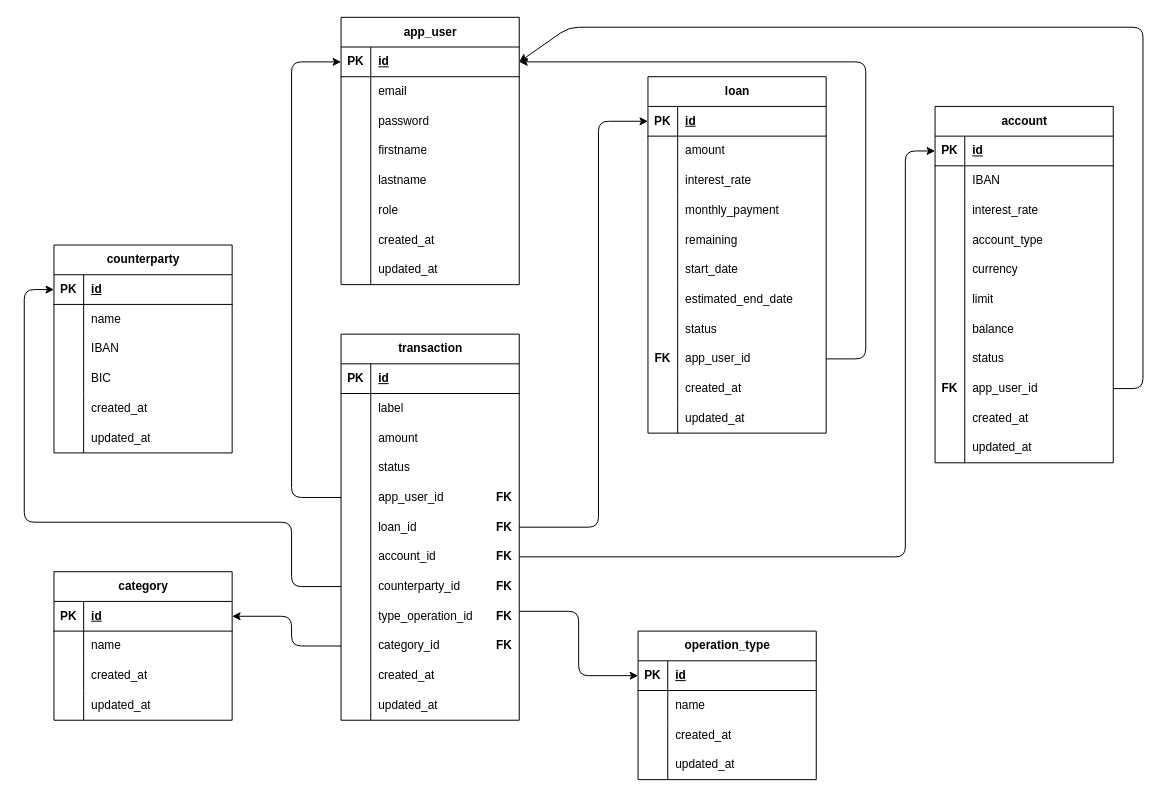
The draw.io diagram docs/MLD.drawio in Damien-Ancelin/myBank, before the edit. Source tidied: cells renumbered, new cells numbered last; positions are measured from the earlier drawing's top-left corner, leaving out a move shared by most shapes. Both pictures are drawn from the tidied source at 99%, with x=0, y=0 at pixel (24, 17).
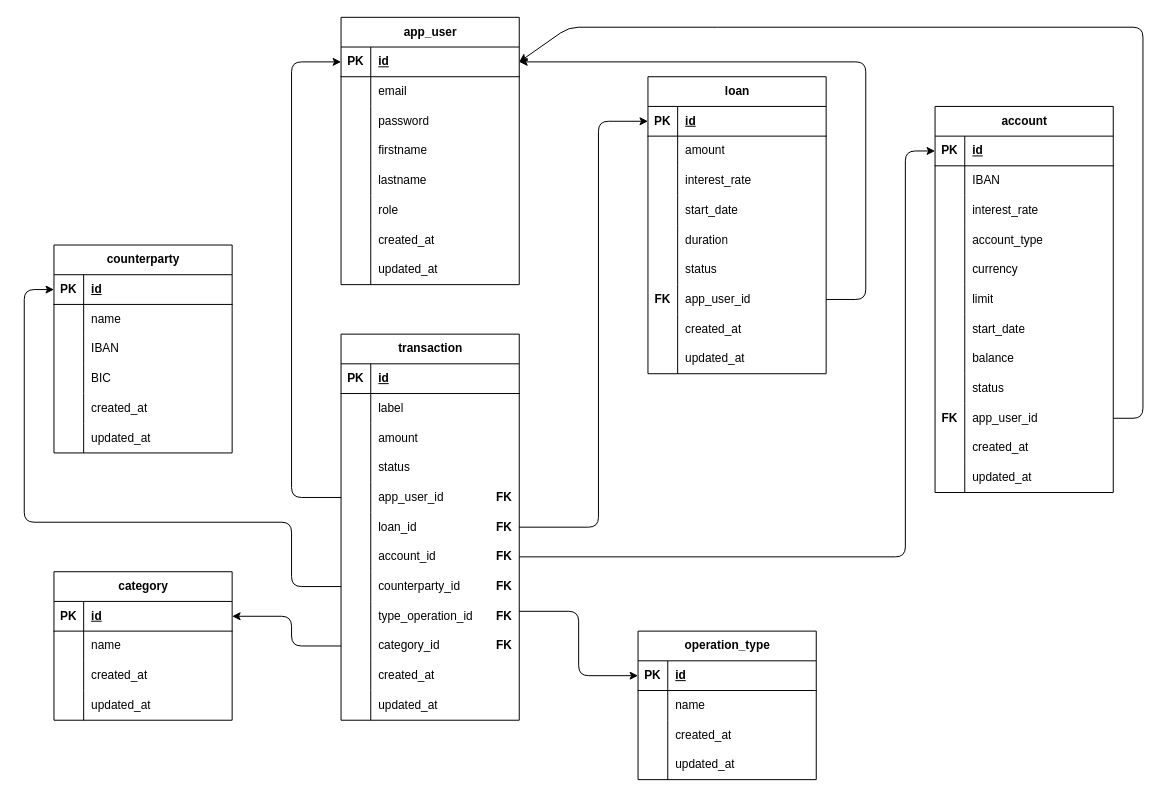
The same page after the edit.

Commit message (it also covers changes not shown here):
Conception : update MCD, MLD, ERD to respect 3nf

The change refers to these unchanged cells:
```xml
<mxCell id="3" style="shape=tableRow;horizontal=0;startSize=0;swimlaneHead=0;swimlaneBody=0;fillColor=none;points=[[0,0.5],[1,0.5]];portConstraint=eastwest;top=0;left=0;right=0;bottom=1;" parent="2" vertex="1">
  <mxGeometry y="30" width="180" height="30" as="geometry" />
</mxCell>
```

Diff of the diagram source:
```diff
@@
     <mxCell id="115" value="loan" style="shape=table;startSize=30;childLayout=tableLayout;rowLines=0;fontStyle=1;align=center;html=1;" parent="1" vertex="1">
-      <mxGeometry x="630" y="60" width="180" height="360" as="geometry" />
+      <mxGeometry x="630" y="60" width="180" height="300" as="geometry" />
     </mxCell>
@@
-    <mxCell id="125" style="shape=tableRow;horizontal=0;startSize=0;swimlaneHead=0;swimlaneBody=0;fillColor=none;top=0;left=0;right=0;bottom=0;" parent="115" vertex="1">
-      <mxGeometry y="120" width="180" height="30" as="geometry" />
-    </mxCell>
-    <mxCell id="126" style="shape=partialRectangle;fillColor=none;top=0;left=0;bottom=0;right=0;overflow=hidden;whiteSpace=wrap;html=1;" parent="125" vertex="1">
-      <mxGeometry width="30" height="30" as="geometry" />
-    </mxCell>
-    <mxCell id="127" value="monthly_payment" style="shape=partialRectangle;fillColor=none;top=0;left=0;bottom=0;right=0;align=left;spacingLeft=6;overflow=hidden;whiteSpace=wrap;html=1;" parent="125" vertex="1">
-      <mxGeometry x="30" width="150" height="30" as="geometry" />
-    </mxCell>
-    <mxCell id="128" style="shape=tableRow;horizontal=0;startSize=0;swimlaneHead=0;swimlaneBody=0;fillColor=none;top=0;left=0;right=0;bottom=0;" parent="115" vertex="1">
-      <mxGeometry y="150" width="180" height="30" as="geometry" />
-    </mxCell>
-    <mxCell id="129" style="shape=partialRectangle;fillColor=none;top=0;left=0;bottom=0;right=0;overflow=hidden;whiteSpace=wrap;html=1;" parent="128" vertex="1">
-      <mxGeometry width="30" height="30" as="geometry" />
-    </mxCell>
-    <mxCell id="130" value="remaining" style="shape=partialRectangle;fillColor=none;top=0;left=0;bottom=0;right=0;align=left;spacingLeft=6;overflow=hidden;whiteSpace=wrap;html=1;" parent="128" vertex="1">
-      <mxGeometry x="30" width="150" height="30" as="geometry" />
-    </mxCell>
     <mxCell id="131" style="shape=tableRow;horizontal=0;startSize=0;swimlaneHead=0;swimlaneBody=0;fillColor=none;top=0;left=0;right=0;bottom=0;" parent="115" vertex="1">
-      <mxGeometry y="180" width="180" height="30" as="geometry" />
+      <mxGeometry y="120" width="180" height="30" as="geometry" />
     </mxCell>
@@
-    <mxCell id="134" style="shape=tableRow;horizontal=0;startSize=0;swimlaneHead=0;swimlaneBody=0;fillColor=none;top=0;left=0;right=0;bottom=0;" parent="115" vertex="1">
-      <mxGeometry y="210" width="180" height="30" as="geometry" />
-    </mxCell>
-    <mxCell id="135" style="shape=partialRectangle;fillColor=none;top=0;left=0;bottom=0;right=0;overflow=hidden;whiteSpace=wrap;html=1;" parent="134" vertex="1">
-      <mxGeometry width="30" height="30" as="geometry" />
-    </mxCell>
-    <mxCell id="136" value="estimated_end_date" style="shape=partialRectangle;fillColor=none;top=0;left=0;bottom=0;right=0;align=left;spacingLeft=6;overflow=hidden;whiteSpace=wrap;html=1;" parent="134" vertex="1">
-      <mxGeometry x="30" width="150" height="30" as="geometry" />
-    </mxCell>
+    <mxCell id="128" style="shape=tableRow;horizontal=0;startSize=0;swimlaneHead=0;swimlaneBody=0;fillColor=none;top=0;left=0;right=0;bottom=0;" parent="115" vertex="1">
+      <mxGeometry y="150" width="180" height="30" as="geometry" />
+    </mxCell>
+    <mxCell id="193" style="shape=partialRectangle;fillColor=none;top=0;left=0;bottom=0;right=0;overflow=hidden;whiteSpace=wrap;html=1;" parent="128" vertex="1">
+      <mxGeometry width="30" height="30" as="geometry" />
+    </mxCell>
+    <mxCell id="194" value="duration" style="shape=partialRectangle;fillColor=none;top=0;left=0;bottom=0;right=0;align=left;spacingLeft=6;overflow=hidden;whiteSpace=wrap;html=1;" parent="128" vertex="1">
+      <mxGeometry x="30" width="150" height="30" as="geometry" />
+    </mxCell>
     <mxCell id="137" style="shape=tableRow;horizontal=0;startSize=0;swimlaneHead=0;swimlaneBody=0;fillColor=none;top=0;left=0;right=0;bottom=0;" parent="115" vertex="1">
-      <mxGeometry y="240" width="180" height="30" as="geometry" />
+      <mxGeometry y="180" width="180" height="30" as="geometry" />
     </mxCell>
@@
     <mxCell id="140" style="shape=tableRow;horizontal=0;startSize=0;swimlaneHead=0;swimlaneBody=0;fillColor=none;points=[[0,0.5],[1,0.5]];portConstraint=eastwest;top=0;left=0;right=0;bottom=0;" parent="115" vertex="1">
-      <mxGeometry y="270" width="180" height="30" as="geometry" />
+      <mxGeometry y="210" width="180" height="30" as="geometry" />
     </mxCell>
@@
     <mxCell id="143" style="shape=tableRow;horizontal=0;startSize=0;swimlaneHead=0;swimlaneBody=0;fillColor=none;top=0;left=0;right=0;bottom=0;" parent="115" vertex="1">
-      <mxGeometry y="300" width="180" height="30" as="geometry" />
+      <mxGeometry y="240" width="180" height="30" as="geometry" />
     </mxCell>
@@
     <mxCell id="146" style="shape=tableRow;horizontal=0;startSize=0;swimlaneHead=0;swimlaneBody=0;fillColor=none;top=0;left=0;right=0;bottom=0;" parent="115" vertex="1">
-      <mxGeometry y="330" width="180" height="30" as="geometry" />
+      <mxGeometry y="270" width="180" height="30" as="geometry" />
     </mxCell>
@@
-    <mxCell id="149" value="FK" style="shape=partialRectangle;fillColor=none;top=0;left=0;bottom=0;right=0;fontStyle=1;overflow=hidden;whiteSpace=wrap;html=1;" parent="1" vertex="1">
-      <mxGeometry x="920" y="360" width="30" height="30" as="geometry" />
-    </mxCell>
     <mxCell id="150" value="account" style="shape=table;startSize=30;childLayout=tableLayout;rowLines=0;fontStyle=1;align=center;html=1;" parent="1" vertex="1">
-      <mxGeometry x="920" y="90" width="180" height="360" as="geometry" />
+      <mxGeometry x="920" y="90" width="180" height="390" as="geometry" />
     </mxCell>
@@
+    <mxCell id="134" style="shape=tableRow;horizontal=0;startSize=0;swimlaneHead=0;swimlaneBody=0;fillColor=none;top=0;left=0;right=0;bottom=0;" parent="150" vertex="1">
+      <mxGeometry y="210" width="180" height="30" as="geometry" />
+    </mxCell>
+    <mxCell id="195" style="shape=partialRectangle;fillColor=none;top=0;left=0;bottom=0;right=0;overflow=hidden;whiteSpace=wrap;html=1;" parent="134" vertex="1">
+      <mxGeometry width="30" height="30" as="geometry" />
+    </mxCell>
+    <mxCell id="196" value="&lt;span style=&quot;color: rgb(0, 0, 0);&quot;&gt;start_date&lt;/span&gt;" style="shape=partialRectangle;fillColor=none;top=0;left=0;bottom=0;right=0;align=left;spacingLeft=6;overflow=hidden;whiteSpace=wrap;html=1;" parent="134" vertex="1">
+      <mxGeometry x="30" width="150" height="30" as="geometry" />
+    </mxCell>
     <mxCell id="169" style="shape=tableRow;horizontal=0;startSize=0;swimlaneHead=0;swimlaneBody=0;fillColor=none;top=0;left=0;right=0;bottom=0;" parent="150" vertex="1">
-      <mxGeometry y="210" width="180" height="30" as="geometry" />
+      <mxGeometry y="240" width="180" height="30" as="geometry" />
     </mxCell>
@@
     <mxCell id="172" style="shape=tableRow;horizontal=0;startSize=0;swimlaneHead=0;swimlaneBody=0;fillColor=none;top=0;left=0;right=0;bottom=0;" parent="150" vertex="1">
-      <mxGeometry y="240" width="180" height="30" as="geometry" />
+      <mxGeometry y="270" width="180" height="30" as="geometry" />
     </mxCell>
@@
     <mxCell id="175" style="shape=tableRow;horizontal=0;startSize=0;swimlaneHead=0;swimlaneBody=0;fillColor=none;points=[[0,0.5],[1,0.5]];portConstraint=eastwest;top=0;left=0;right=0;bottom=0;" parent="150" vertex="1">
-      <mxGeometry y="270" width="180" height="30" as="geometry" />
+      <mxGeometry y="300" width="180" height="30" as="geometry" />
     </mxCell>
@@
     <mxCell id="178" style="shape=tableRow;horizontal=0;startSize=0;swimlaneHead=0;swimlaneBody=0;fillColor=none;top=0;left=0;right=0;bottom=0;" parent="150" vertex="1">
-      <mxGeometry y="300" width="180" height="30" as="geometry" />
+      <mxGeometry y="330" width="180" height="30" as="geometry" />
     </mxCell>
@@
     <mxCell id="181" style="shape=tableRow;horizontal=0;startSize=0;swimlaneHead=0;swimlaneBody=0;fillColor=none;top=0;left=0;right=0;bottom=0;" parent="150" vertex="1">
-      <mxGeometry y="330" width="180" height="30" as="geometry" />
+      <mxGeometry y="360" width="180" height="30" as="geometry" />
     </mxCell>
@@
     <mxCell id="184" value="FK" style="shape=partialRectangle;fillColor=none;top=0;left=0;bottom=0;right=0;fontStyle=1;overflow=hidden;whiteSpace=wrap;html=1;" parent="1" vertex="1">
-      <mxGeometry x="630" y="330" width="30" height="30" as="geometry" />
+      <mxGeometry x="630" y="270" width="30" height="30" as="geometry" />
     </mxCell>
@@
     <mxCell id="190" style="edgeStyle=none;html=1;exitX=1;exitY=0.5;exitDx=0;exitDy=0;entryX=1;entryY=0.5;entryDx=0;entryDy=0;" parent="1" edge="1" source="175" target="3">
       <mxGeometry relative="1" as="geometry">
         <Array as="points">
-          <mxPoint x="1130" y="375" />
+          <mxPoint x="1130" y="405" />
           <mxPoint x="1130" y="10" />
           <mxPoint x="710" y="10" />
           <mxPoint x="550" y="10" />
         </Array>
       </mxGeometry>
     </mxCell>
@@
     <mxCell id="192" style="edgeStyle=none;html=1;entryX=1;entryY=0.5;entryDx=0;entryDy=0;" parent="1" edge="1" source="140" target="3">
       <mxGeometry relative="1" as="geometry">
         <Array as="points">
-          <mxPoint x="850" y="345" />
+          <mxPoint x="850" y="285" />
           <mxPoint x="850" y="45" />
         </Array>
       </mxGeometry>
     </mxCell>
+    <mxCell id="149" value="FK" style="shape=partialRectangle;fillColor=none;top=0;left=0;bottom=0;right=0;fontStyle=1;overflow=hidden;whiteSpace=wrap;html=1;" parent="1" vertex="1">
+      <mxGeometry x="920" y="390" width="30" height="30" as="geometry" />
+    </mxCell>
```
